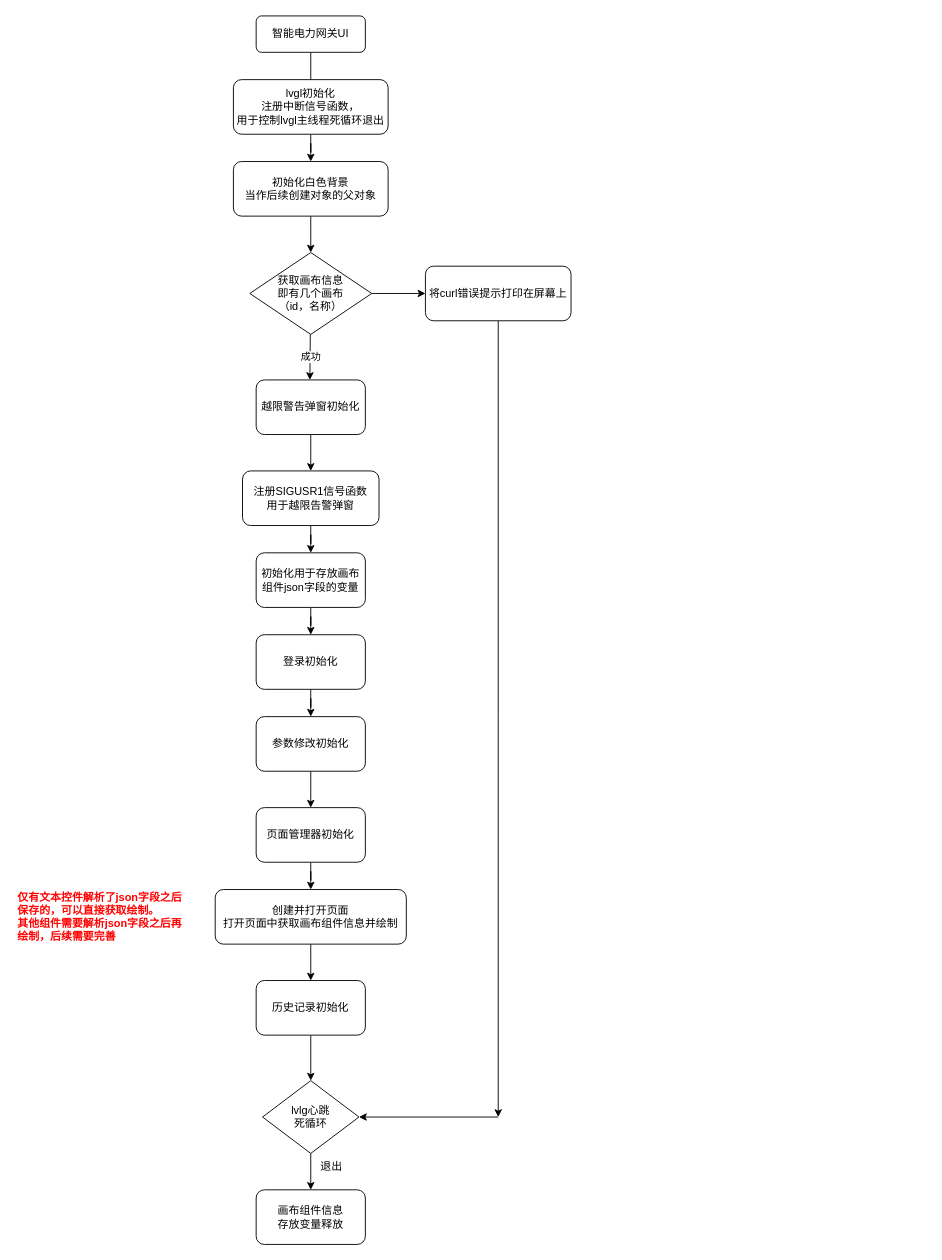
Above: 智能电力网关/整体框架.drawio in chen-9824/FlowChart (draw.io), before the change. Source tidied: cells renumbered, new cells numbered last; positions are measured from the earlier drawing's top-left corner, leaving out a move shared by most shapes. Both pictures are drawn from the tidied source at 91%, with x=0, y=0 at pixel (15, 15).
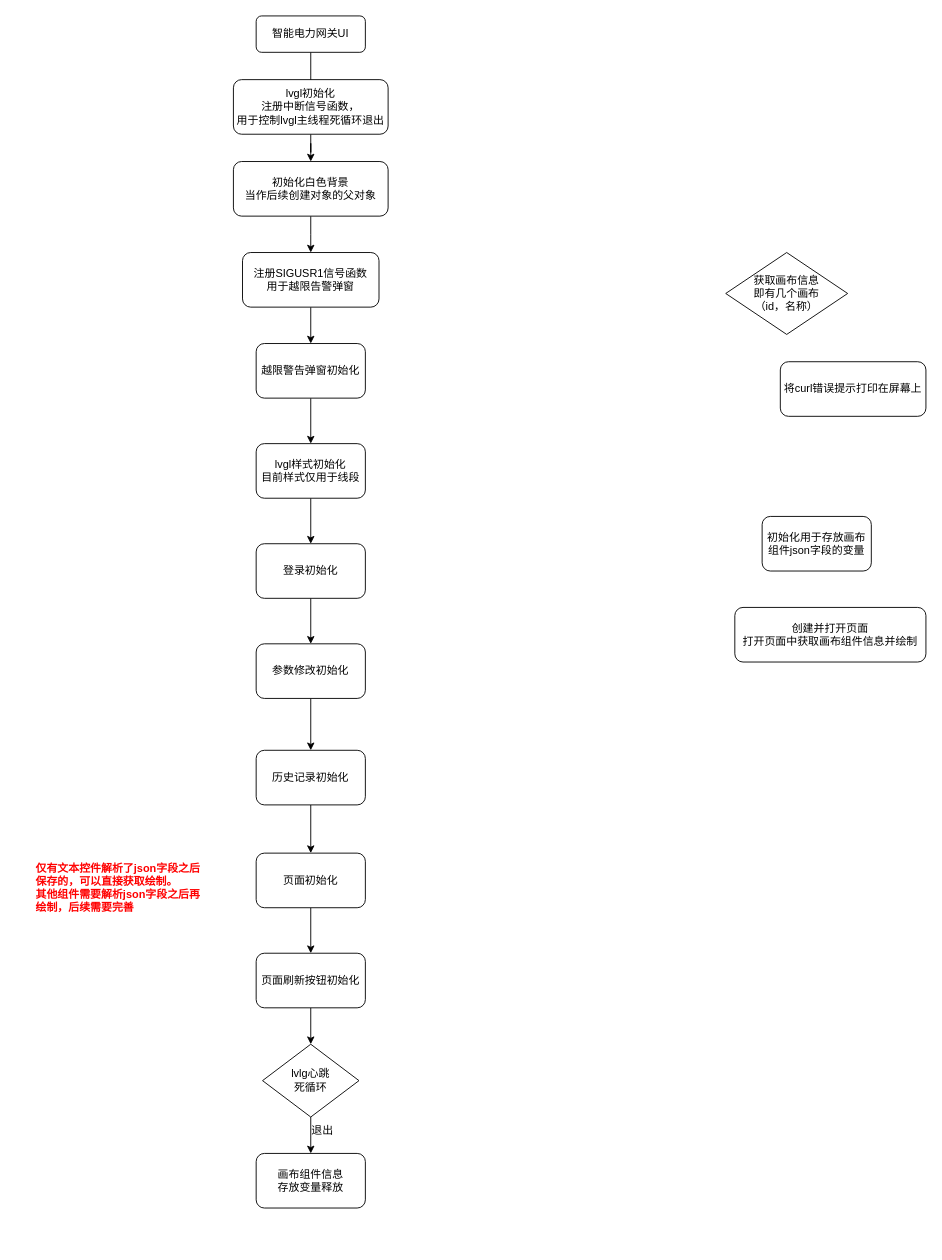
Above is the later version.

Commit message:
更新整体框架.drawio

The change refers to these unchanged cells:
```xml
<mxCell id="7" value="初始化白色背景&lt;br&gt;当作后续创建对象的父对象" style="rounded=1;whiteSpace=wrap;html=1;" parent="1" vertex="1">
  <mxGeometry x="239" y="160" width="170" height="60" as="geometry" />
</mxCell>
```

Change to the diagram source:
```diff
@@
-    <mxCell id="6" style="edgeStyle=orthogonalEdgeStyle;rounded=0;jettySize=auto;html=1;" parent="1" edge="1" source="7" target="9">
-      <mxGeometry relative="1" as="geometry" />
+    <mxCell id="6" style="edgeStyle=orthogonalEdgeStyle;rounded=0;jettySize=auto;html=1;" parent="1" edge="1" source="7">
+      <mxGeometry relative="1" as="geometry">
+        <mxPoint x="324" y="260" as="targetPoint" />
+      </mxGeometry>
     </mxCell>
@@
-    <mxCell id="8" style="edgeStyle=orthogonalEdgeStyle;rounded=0;jettySize=auto;html=1;" parent="1" edge="1" source="9" target="31">
-      <mxGeometry relative="1" as="geometry" />
-    </mxCell>
-    <mxCell id="9" value="获取画布信息&lt;br&gt;即有几个画布&lt;br style=&quot;border-color: var(--border-color);&quot;&gt;（id，名称）" style="rhombus;whiteSpace=wrap;html=1;" parent="1" vertex="1">
-      <mxGeometry x="257" y="260" width="134" height="90" as="geometry" />
-    </mxCell>
-    <mxCell id="10" style="edgeStyle=orthogonalEdgeStyle;rounded=0;jettySize=auto;html=1;" parent="1" edge="1" source="11" target="15">
-      <mxGeometry relative="1" as="geometry" />
-    </mxCell>
+    <mxCell id="36" style="edgeStyle=orthogonalEdgeStyle;rounded=0;jettySize=auto;html=1;" parent="1" edge="1" source="11" target="17">
+      <mxGeometry relative="1" as="geometry" />
+    </mxCell>
     <mxCell id="11" value="注册SIGUSR1信号函数&lt;br&gt;用于越限告警弹窗" style="rounded=1;whiteSpace=wrap;html=1;" parent="1" vertex="1">
-      <mxGeometry x="249" y="500" width="150" height="60" as="geometry" />
+      <mxGeometry x="249" y="260" width="150" height="60" as="geometry" />
     </mxCell>
-    <mxCell id="12" style="endArrow=classic;html=1;rounded=0;" parent="1" edge="1">
-      <mxGeometry relative="1" as="geometry">
-        <mxPoint x="323.5" y="350" as="sourcePoint" />
-        <mxPoint x="323" y="400" as="targetPoint" />
-      </mxGeometry>
-    </mxCell>
-    <mxCell id="13" value="成功" style="edgeLabel;html=1;align=center;verticalAlign=middle;" parent="12" vertex="1">
-      <mxGeometry relative="1" as="geometry" />
-    </mxCell>
-    <mxCell id="14" style="edgeStyle=orthogonalEdgeStyle;rounded=0;jettySize=auto;html=1;" parent="1" edge="1" source="15" target="19">
-      <mxGeometry relative="1" as="geometry" />
-    </mxCell>
-    <mxCell id="15" value="初始化用于存放画布组件json字段的变量" style="rounded=1;whiteSpace=wrap;html=1;" parent="1" vertex="1">
-      <mxGeometry x="264" y="590" width="120" height="60" as="geometry" />
-    </mxCell>
-    <mxCell id="16" style="edgeStyle=orthogonalEdgeStyle;rounded=0;jettySize=auto;html=1;" parent="1" edge="1" source="17" target="11">
-      <mxGeometry relative="1" as="geometry" />
-    </mxCell>
+    <mxCell id="37" style="edgeStyle=orthogonalEdgeStyle;rounded=0;jettySize=auto;html=1;" parent="1" edge="1" source="17" target="44">
+      <mxGeometry relative="1" as="geometry" />
+    </mxCell>
     <mxCell id="17" value="越限警告弹窗初始化" style="rounded=1;whiteSpace=wrap;html=1;" parent="1" vertex="1">
-      <mxGeometry x="264" y="400" width="120" height="60" as="geometry" />
+      <mxGeometry x="264" y="360" width="120" height="60" as="geometry" />
     </mxCell>
@@
     <mxCell id="19" value="登录初始化" style="rounded=1;whiteSpace=wrap;html=1;" parent="1" vertex="1">
-      <mxGeometry x="264" y="680" width="120" height="60" as="geometry" />
+      <mxGeometry x="264" y="580" width="120" height="60" as="geometry" />
     </mxCell>
-    <mxCell id="20" style="edgeStyle=orthogonalEdgeStyle;rounded=0;jettySize=auto;html=1;" parent="1" edge="1" source="21" target="23">
-      <mxGeometry relative="1" as="geometry" />
-    </mxCell>
+    <mxCell id="38" style="edgeStyle=orthogonalEdgeStyle;rounded=0;jettySize=auto;html=1;" parent="1" edge="1" source="21" target="34">
+      <mxGeometry relative="1" as="geometry" />
+    </mxCell>
     <mxCell id="21" value="参数修改初始化" style="rounded=1;whiteSpace=wrap;html=1;" parent="1" vertex="1">
-      <mxGeometry x="264" y="770" width="120" height="60" as="geometry" />
+      <mxGeometry x="264" y="690" width="120" height="60" as="geometry" />
     </mxCell>
-    <mxCell id="22" style="edgeStyle=orthogonalEdgeStyle;rounded=0;jettySize=auto;html=1;" parent="1" edge="1" source="23" target="25">
-      <mxGeometry relative="1" as="geometry" />
-    </mxCell>
+    <mxCell id="39" style="edgeStyle=orthogonalEdgeStyle;rounded=0;jettySize=auto;html=1;" parent="1" edge="1" source="23" target="42">
+      <mxGeometry relative="1" as="geometry" />
+    </mxCell>
-    <mxCell id="23" value="页面管理器初始化" style="rounded=1;whiteSpace=wrap;html=1;" parent="1" vertex="1">
-      <mxGeometry x="264" y="870" width="120" height="60" as="geometry" />
+    <mxCell id="23" value="页面初始化" style="rounded=1;whiteSpace=wrap;html=1;" parent="1" vertex="1">
+      <mxGeometry x="264" y="920" width="120" height="60" as="geometry" />
     </mxCell>
-    <mxCell id="24" style="edgeStyle=orthogonalEdgeStyle;rounded=0;jettySize=auto;html=1;" parent="1" edge="1" source="25" target="34">
-      <mxGeometry relative="1" as="geometry" />
-    </mxCell>
     <mxCell id="25" value="创建并打开页面&lt;br&gt;打开页面中获取画布组件信息并绘制" style="rounded=1;whiteSpace=wrap;html=1;" parent="1" vertex="1">
-      <mxGeometry x="219" y="960" width="210" height="60" as="geometry" />
+      <mxGeometry x="790" y="650" width="210" height="60" as="geometry" />
     </mxCell>
@@
     <mxCell id="27" value="lvlg心跳&lt;br&gt;死循环" style="rhombus;whiteSpace=wrap;html=1;" parent="1" vertex="1">
-      <mxGeometry x="271" y="1170" width="106" height="80" as="geometry" />
+      <mxGeometry x="271" y="1130" width="106" height="80" as="geometry" />
     </mxCell>
     <mxCell id="28" value="画布组件信息&lt;br style=&quot;border-color: var(--border-color);&quot;&gt;存放变量释放" style="rounded=1;whiteSpace=wrap;html=1;" parent="1" vertex="1">
-      <mxGeometry x="264" y="1290" width="120" height="60" as="geometry" />
+      <mxGeometry x="264" y="1250" width="120" height="60" as="geometry" />
     </mxCell>
     <mxCell id="29" value="退出" style="text;html=1;strokeColor=none;fillColor=none;align=center;verticalAlign=middle;whiteSpace=wrap;rounded=0;" parent="1" vertex="1">
-      <mxGeometry x="317" y="1250" width="60" height="30" as="geometry" />
+      <mxGeometry x="307" y="1210" width="60" height="30" as="geometry" />
     </mxCell>
-    <mxCell id="30" style="edgeStyle=orthogonalEdgeStyle;rounded=0;jettySize=auto;html=1;" parent="1" edge="1" source="31">
-      <mxGeometry relative="1" as="geometry">
-        <mxPoint x="530" y="1210" as="targetPoint" />
-      </mxGeometry>
-    </mxCell>
     <mxCell id="31" value="将curl错误提示打印在屏幕上" style="rounded=1;whiteSpace=wrap;html=1;" parent="1" vertex="1">
-      <mxGeometry x="450" y="275" width="160" height="60" as="geometry" />
+      <mxGeometry x="840" y="380" width="160" height="60" as="geometry" />
     </mxCell>
-    <mxCell id="32" style="endArrow=classic;html=1;rounded=0;" parent="1" edge="1">
-      <mxGeometry relative="1" as="geometry">
-        <mxPoint x="530" y="1210" as="sourcePoint" />
-        <mxPoint x="377" y="1210" as="targetPoint" />
-      </mxGeometry>
-    </mxCell>
-    <mxCell id="33" style="edgeStyle=orthogonalEdgeStyle;rounded=0;jettySize=auto;html=1;" parent="1" edge="1" source="34" target="27">
-      <mxGeometry relative="1" as="geometry" />
-    </mxCell>
+    <mxCell id="35" value="&lt;b&gt;&lt;font color=&quot;#ff0000&quot;&gt;仅有文本控件解析了json字段之后保存的，可以直接获取绘制。&lt;br&gt;其他组件需要解析json字段之后再绘制，后续需要完善&lt;/font&gt;&lt;/b&gt;" style="text;html=1;strokeColor=none;fillColor=none;align=left;verticalAlign=middle;whiteSpace=wrap;rounded=0;" parent="1" vertex="1">
+      <mxGeometry x="20" y="920" width="190" height="75" as="geometry" />
+    </mxCell>
+    <mxCell id="40" style="edgeStyle=orthogonalEdgeStyle;rounded=0;jettySize=auto;html=1;" parent="1" edge="1" source="34" target="23">
+      <mxGeometry relative="1" as="geometry" />
+    </mxCell>
     <mxCell id="34" value="历史记录初始化" style="rounded=1;whiteSpace=wrap;html=1;" parent="1" vertex="1">
-      <mxGeometry x="264" y="1060" width="120" height="60" as="geometry" />
+      <mxGeometry x="264" y="807" width="120" height="60" as="geometry" />
     </mxCell>
-    <mxCell id="35" value="&lt;b&gt;&lt;font color=&quot;#ff0000&quot;&gt;仅有文本控件解析了json字段之后保存的，可以直接获取绘制。&lt;br&gt;其他组件需要解析json字段之后再绘制，后续需要完善&lt;/font&gt;&lt;/b&gt;" style="text;html=1;strokeColor=none;fillColor=none;align=left;verticalAlign=middle;whiteSpace=wrap;rounded=0;" parent="1" vertex="1">
-      <mxGeometry y="952.5" width="190" height="75" as="geometry" />
-    </mxCell>
+    <mxCell id="41" style="edgeStyle=orthogonalEdgeStyle;rounded=0;jettySize=auto;html=1;" parent="1" edge="1" source="42" target="27">
+      <mxGeometry relative="1" as="geometry" />
+    </mxCell>
+    <mxCell id="42" value="页面刷新按钮初始化" style="rounded=1;whiteSpace=wrap;html=1;" parent="1" vertex="1">
+      <mxGeometry x="264" y="1030" width="120" height="60" as="geometry" />
+    </mxCell>
+    <mxCell id="15" value="初始化用于存放画布组件json字段的变量" style="rounded=1;whiteSpace=wrap;html=1;" parent="1" vertex="1">
+      <mxGeometry x="820" y="550" width="120" height="60" as="geometry" />
+    </mxCell>
+    <mxCell id="9" value="获取画布信息&lt;br&gt;即有几个画布&lt;br style=&quot;border-color: var(--border-color);&quot;&gt;（id，名称）" style="rhombus;whiteSpace=wrap;html=1;" parent="1" vertex="1">
+      <mxGeometry x="780" y="260" width="134" height="90" as="geometry" />
+    </mxCell>
+    <mxCell id="43" style="edgeStyle=orthogonalEdgeStyle;rounded=0;jettySize=auto;html=1;" parent="1" edge="1" source="44" target="19">
+      <mxGeometry relative="1" as="geometry" />
+    </mxCell>
+    <mxCell id="44" value="lvgl样式初始化&lt;br&gt;目前样式仅用于线段" style="rounded=1;whiteSpace=wrap;html=1;" parent="1" vertex="1">
+      <mxGeometry x="264" y="470" width="120" height="60" as="geometry" />
+    </mxCell>
```
